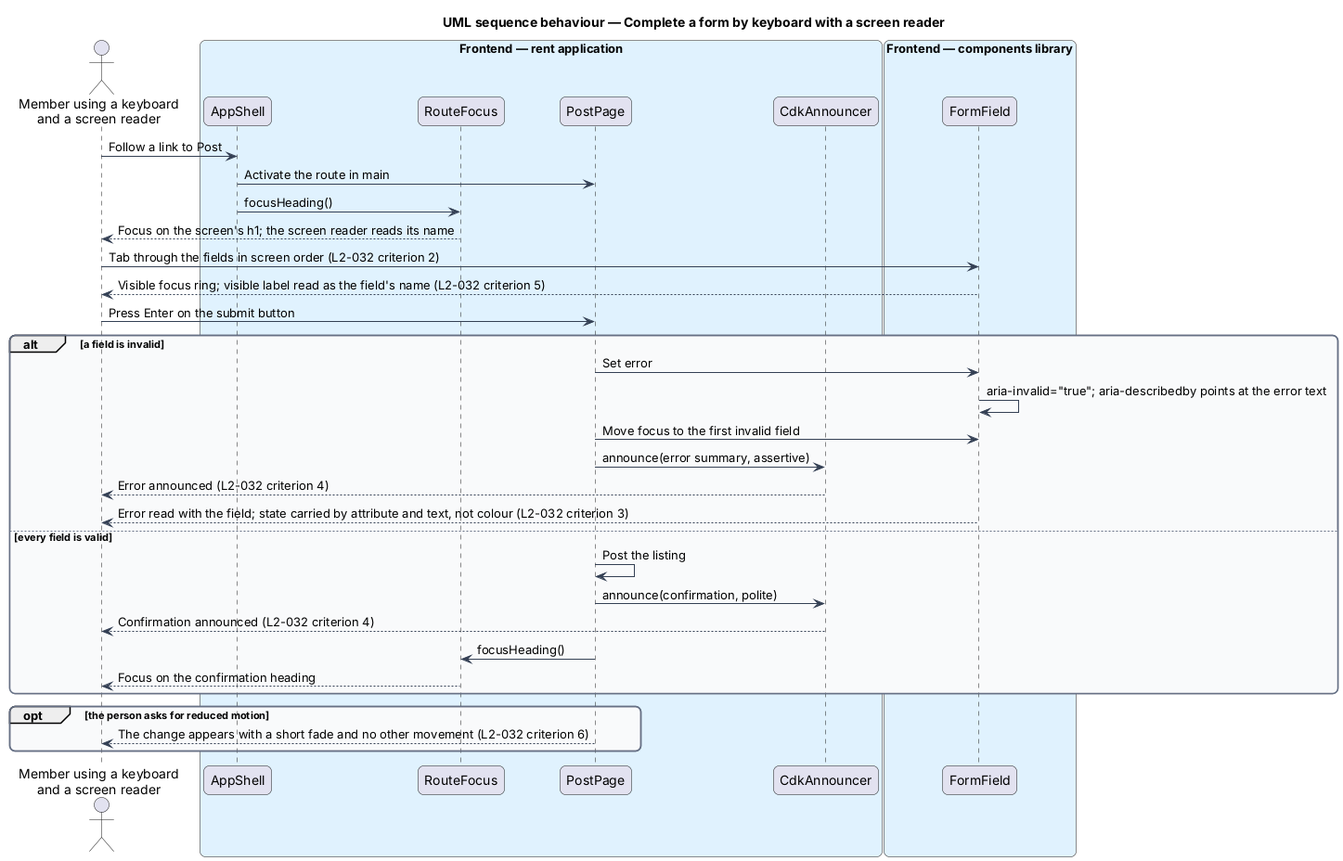
Before: docs/detailed-designs/platform/show-every-screen-to-everyone/diagrams/sequence-complete-a-form-by-keyboard.png, a diagram exported from PlantUML (QuinntyneBrown/christian-rent).
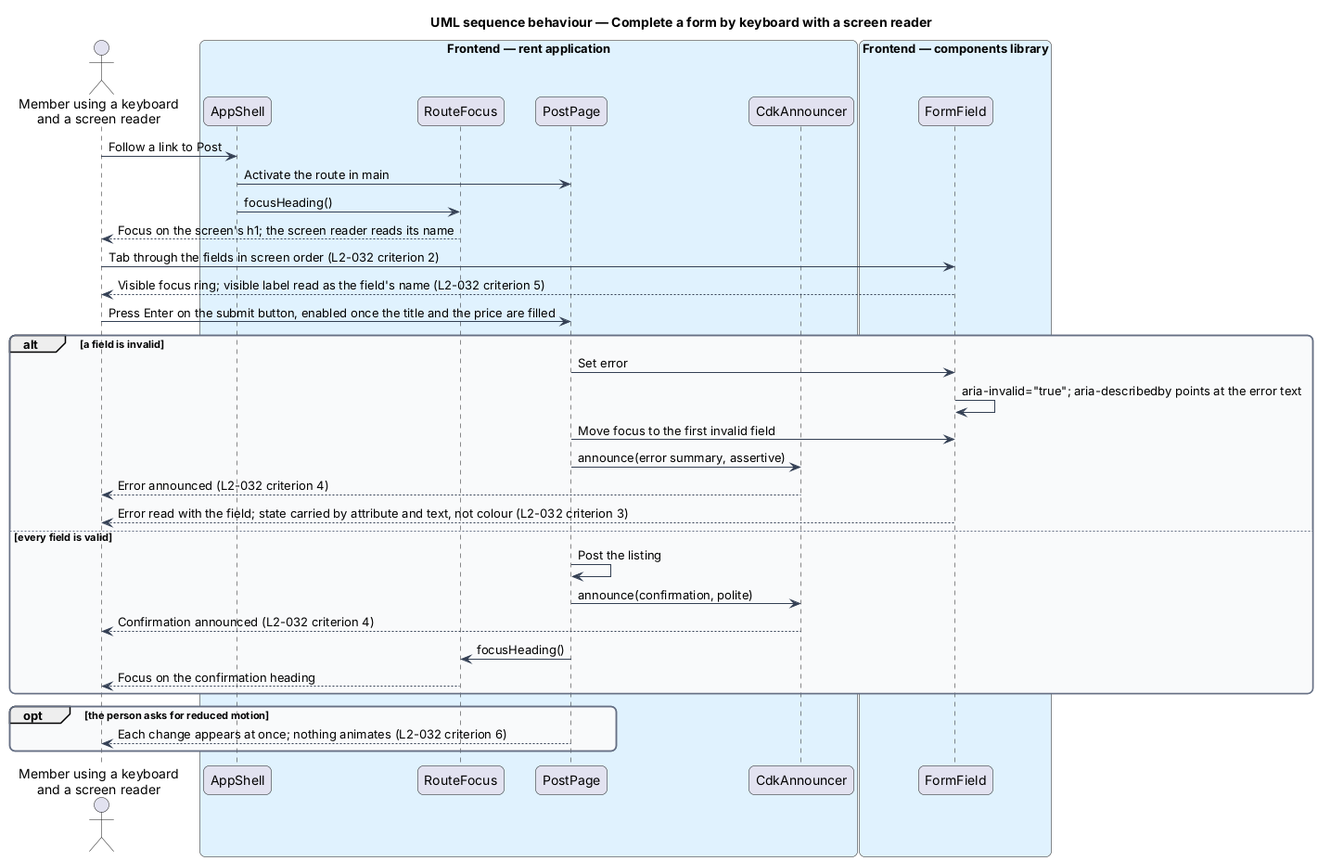
Above is the later version.

The edit, as a diff of the source:
```diff
@@ -30,7 +30,7 @@
 focus --> actor : Focus on the screen's h1; the screen reader reads its name
 actor -> field : Tab through the fields in screen order (L2-032 criterion 2)
 field --> actor : Visible focus ring; visible label read as the field's name (L2-032 criterion 5)
-actor -> page : Press Enter on the submit button
+actor -> page : Press Enter on the submit button, enabled once the title and the price are filled
 alt a field is invalid
   page -> field : Set error
   field -> field : aria-invalid="true"; aria-describedby points at the error text
@@ -46,6 +46,6 @@
   focus --> actor : Focus on the confirmation heading
 end
 opt the person asks for reduced motion
-  page --> actor : The change appears with a short fade and no other movement (L2-032 criterion 6)
+  page --> actor : Each change appears at once; nothing animates (L2-032 criterion 6)
 end
 @enduml
```
